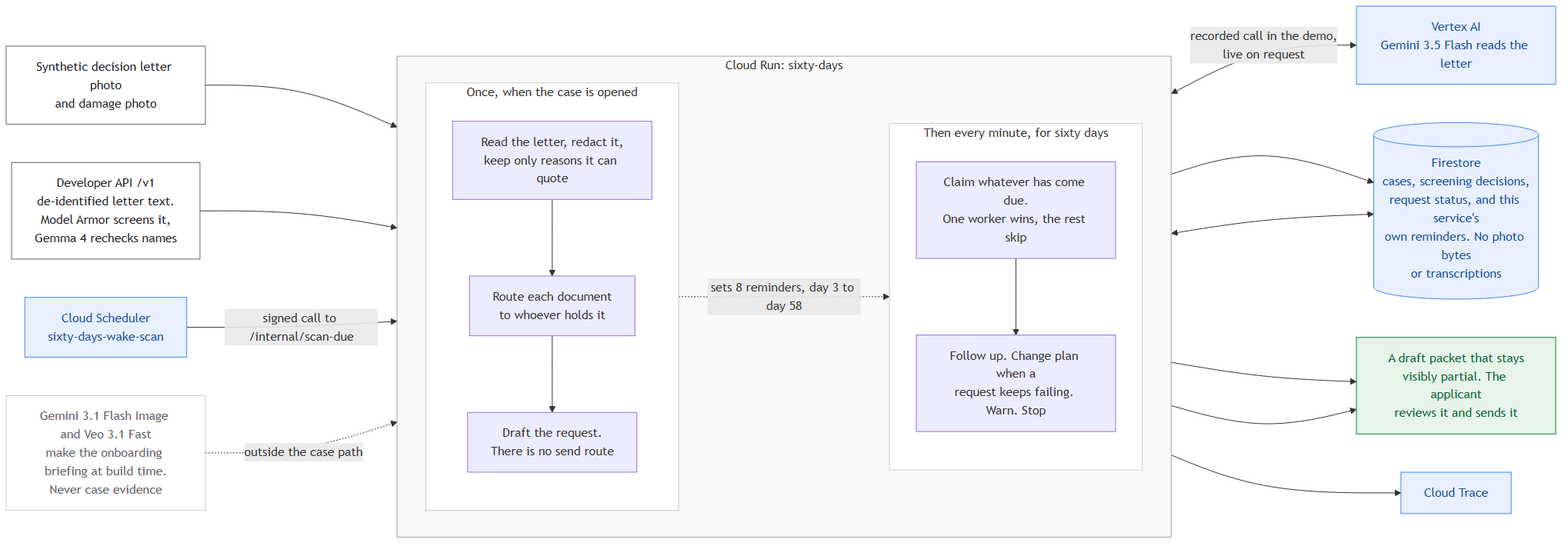
Above: docs/architecture.png in usv240/sixty-days (Mermaid), before the change. Its source is kept beside it as docs/architecture.mmd.
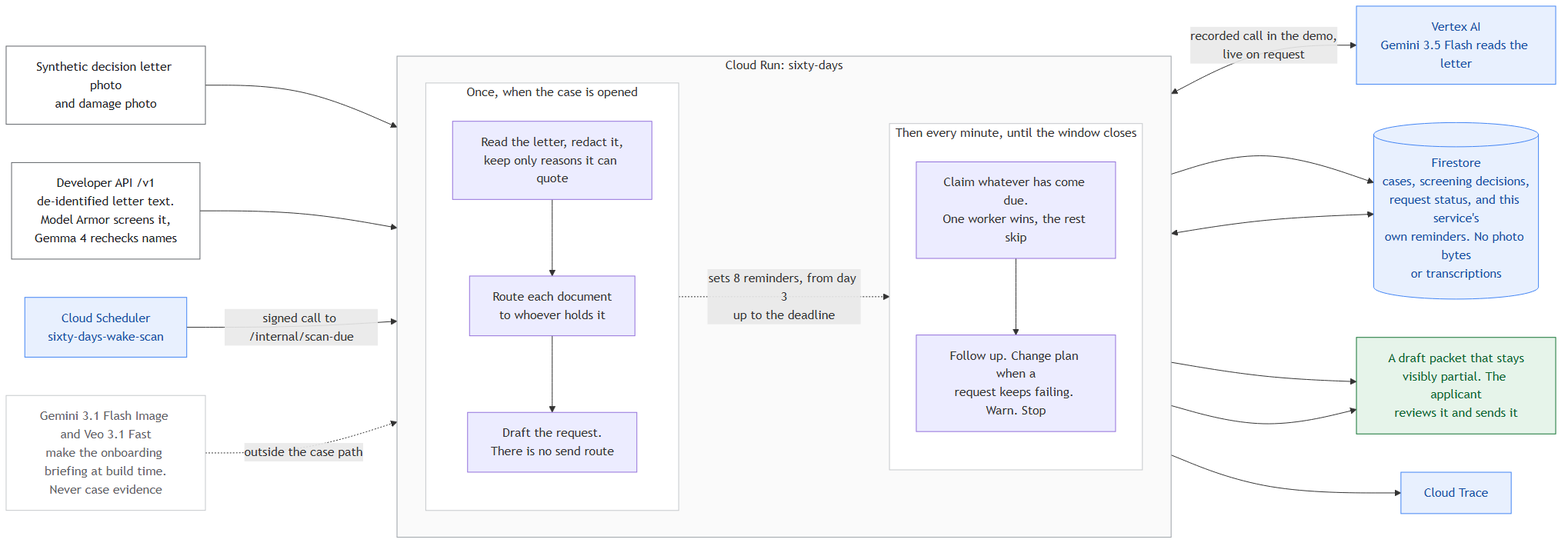
The same diagram one commit later.

Commit message:
Stop the diagram assuming every letter states sixty days

Change to the diagram source:
```diff
@@ -13,14 +13,14 @@
             P1 --> P2 --> P3
         end
 
-        subgraph EVERY ["Then every minute, for sixty days"]
+        subgraph EVERY ["Then every minute, until the window closes"]
             direction TB
             W1["Claim whatever has come due.<br/>One worker wins, the rest skip"]
             W2["Follow up. Change plan when a<br/>request keeps failing. Warn. Stop"]
             W1 --> W2
         end
 
-        P2 -. "sets 8 reminders, day 3 to day 58" .-> W1
+        P2 -. "sets 8 reminders, from day 3<br/>up to the deadline" .-> W1
     end
 
     SCHED["Cloud Scheduler<br/>sixty-days-wake-scan"]
```
